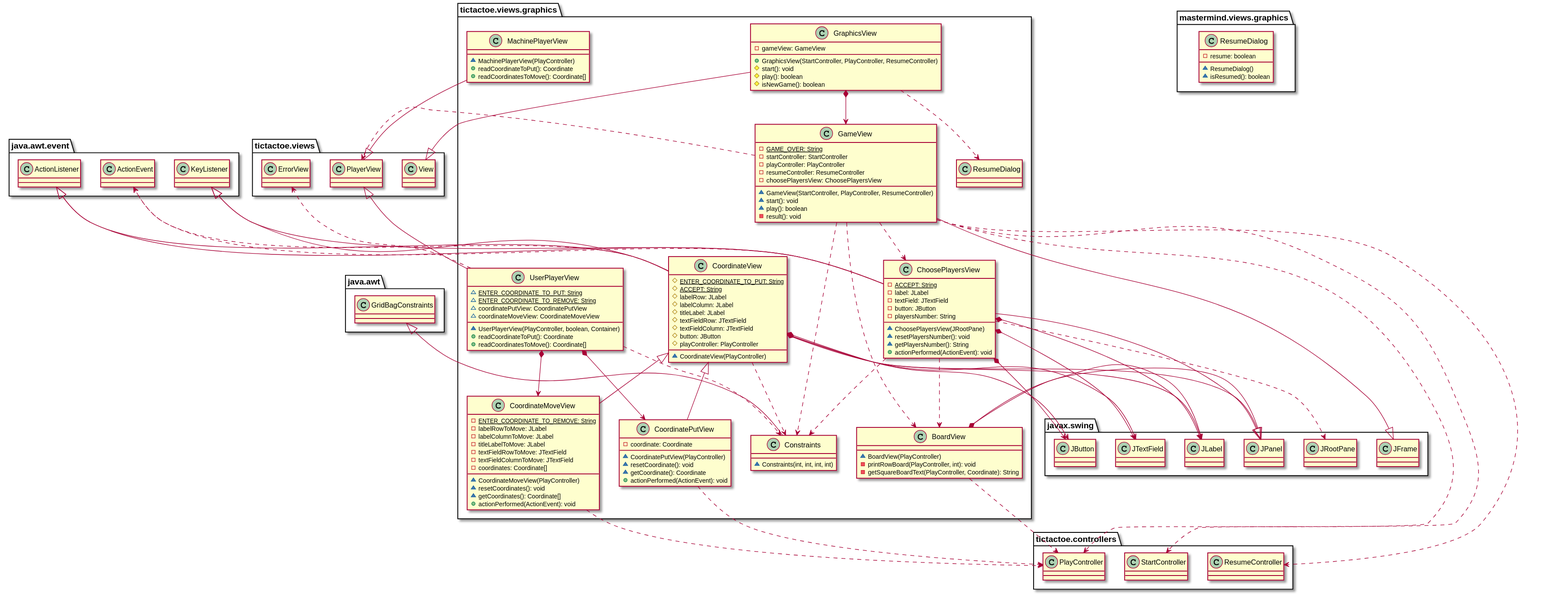
x-USantaTecla-game-ticTacToe/java keeps this PlantUML diagram as docs/build/docs/asciidoc/images/tictactoeViewsGraphicsVersion5.svg. Above is the earlier version.
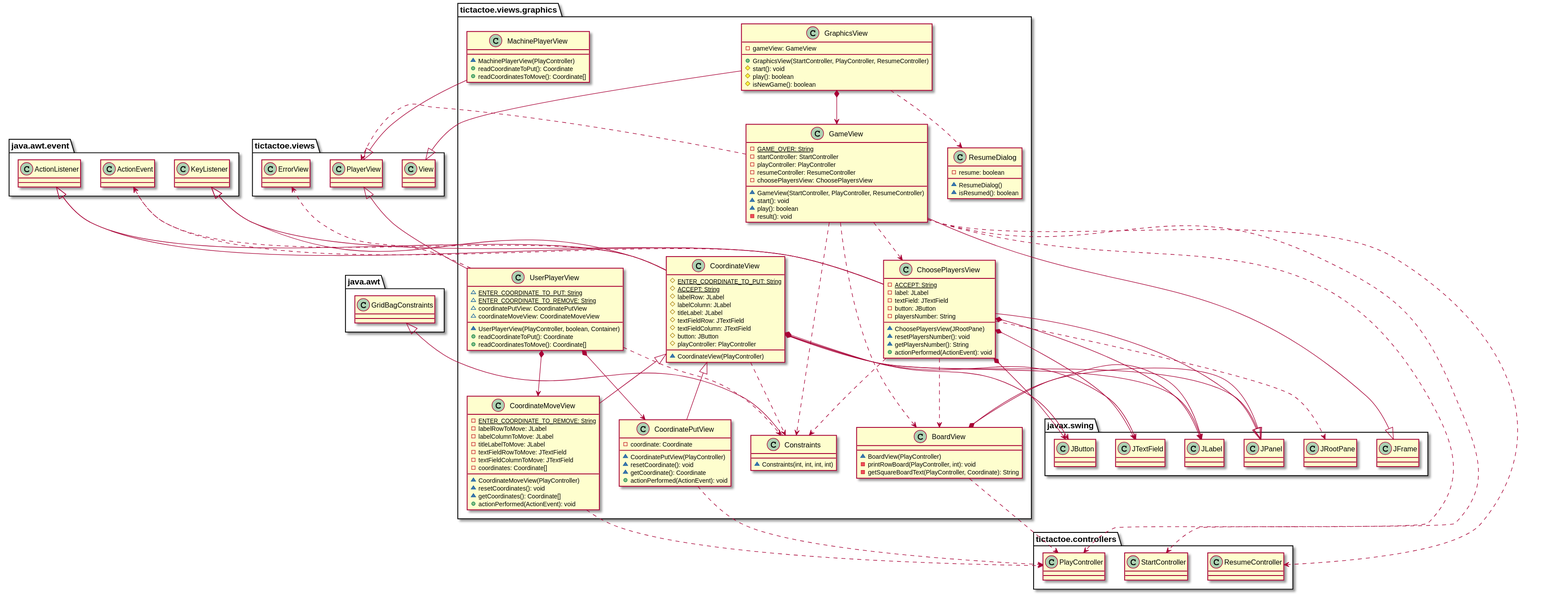
Above is the later version.

The edit, as a diff of the source:
```diff
@@ -121,7 +121,7 @@
 }
 tictactoe.views.PlayerView <|-down- tictactoe.views.graphics.MachinePlayerView
 
-class  mastermind.views.graphics.ResumeDialog{
+class  tictactoe.views.graphics.ResumeDialog{
 - resume: boolean
 ~ ResumeDialog()
 ~ isResumed(): boolean
```
